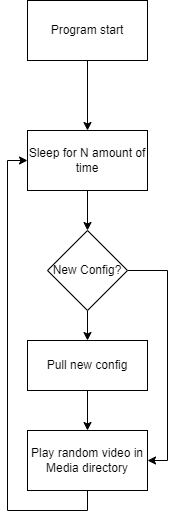
Above: src/client.drawio.png in exersalza/move-alarm (draw.io), before the change. Source tidied: cells renumbered, new cells last; positions are measured from the earlier drawing's top-left corner, leaving out a move shared by most shapes.
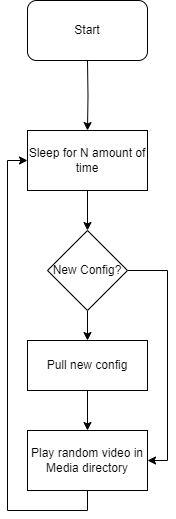
Above is the later version.

Change to the diagram source:
```diff
@@ -2,11 +2,10 @@
   <root>
     <mxCell id="0" />
     <mxCell id="1" parent="0" />
-    <mxCell id="2" value="Program start" style="rounded=0;whiteSpace=wrap;html=1;" parent="1" vertex="1">
-      <mxGeometry width="120" height="60" as="geometry" />
-    </mxCell>
-    <mxCell id="3" style="edgeStyle=orthogonalEdgeStyle;rounded=0;jettySize=auto;html=1;exitX=0.5;exitY=1;exitDx=0;exitDy=0;entryX=0.5;entryY=0;entryDx=0;entryDy=0;" parent="1" edge="1" source="2" target="5">
-      <mxGeometry relative="1" as="geometry" />
+    <mxCell id="3" style="edgeStyle=orthogonalEdgeStyle;rounded=0;jettySize=auto;html=1;exitX=0.5;exitY=1;exitDx=0;exitDy=0;entryX=0.5;entryY=0;entryDx=0;entryDy=0;" parent="1" edge="1" target="5">
+      <mxGeometry relative="1" as="geometry">
+        <mxPoint x="60" y="60" as="sourcePoint" />
+      </mxGeometry>
     </mxCell>
     <mxCell id="4" style="edgeStyle=orthogonalEdgeStyle;rounded=0;jettySize=auto;html=1;exitX=0.5;exitY=1;exitDx=0;exitDy=0;entryX=0.5;entryY=0;entryDx=0;entryDy=0;" parent="1" edge="1" source="5" target="8">
       <mxGeometry relative="1" as="geometry" />
@@ -35,5 +34,8 @@
     <mxCell id="12" value="Play random video in Media directory" style="rounded=0;whiteSpace=wrap;html=1;" parent="1" vertex="1">
       <mxGeometry y="430" width="120" height="60" as="geometry" />
     </mxCell>
+    <mxCell id="13" value="Start" style="rounded=1;whiteSpace=wrap;html=1;" parent="1" vertex="1">
+      <mxGeometry width="120" height="60" as="geometry" />
+    </mxCell>
   </root>
 </mxGraphModel>
```
